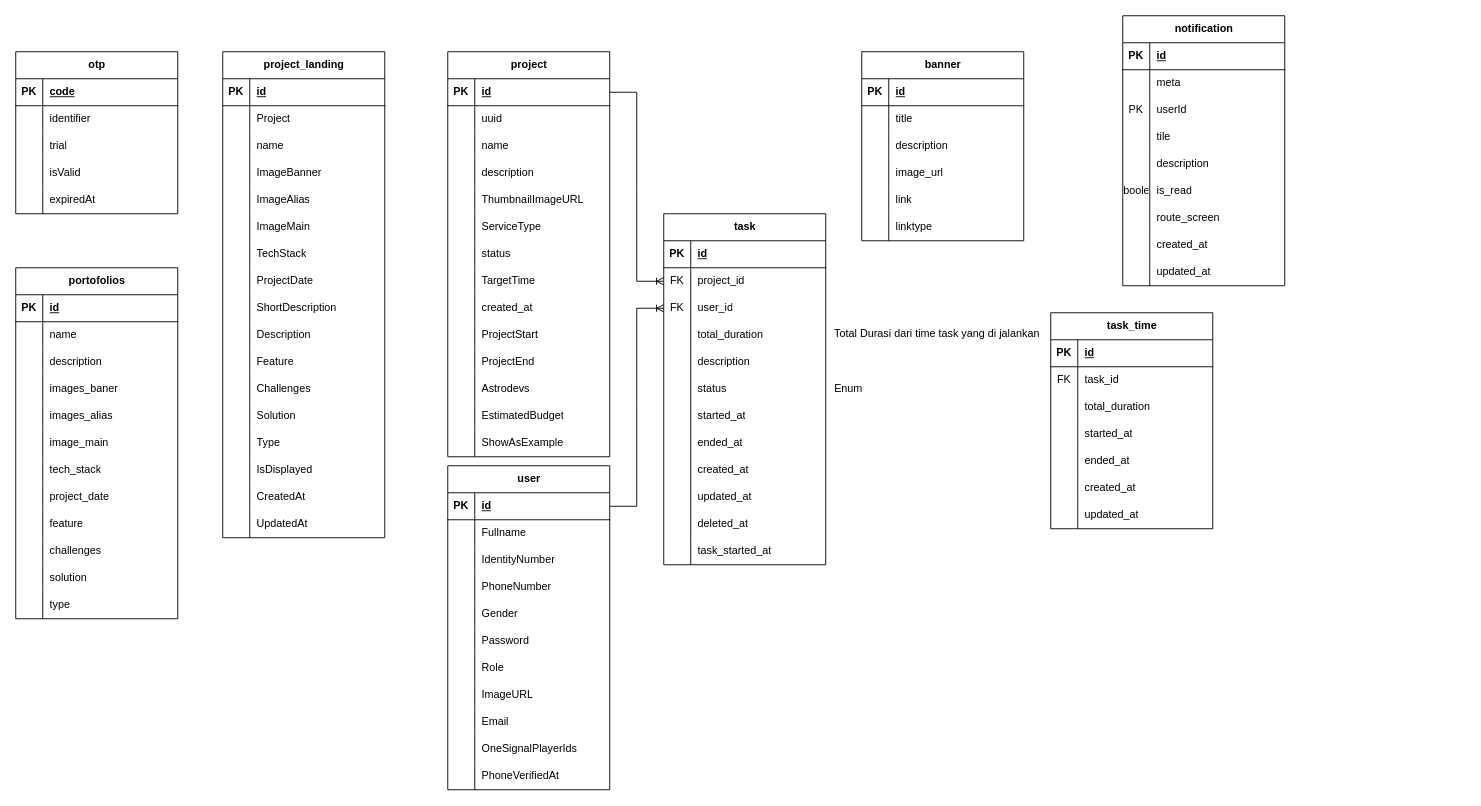
Earlier version of the draw.io diagram starspace/db_codespacex.drawio (DemoNicky/technical-test). Source tidied: cells renumbered, new cells numbered last; positions are measured from the earlier drawing's top-left corner, leaving out a move shared by most shapes. Both pictures are drawn from the tidied source at 90%, with x=0, y=0 at pixel (15, 15).
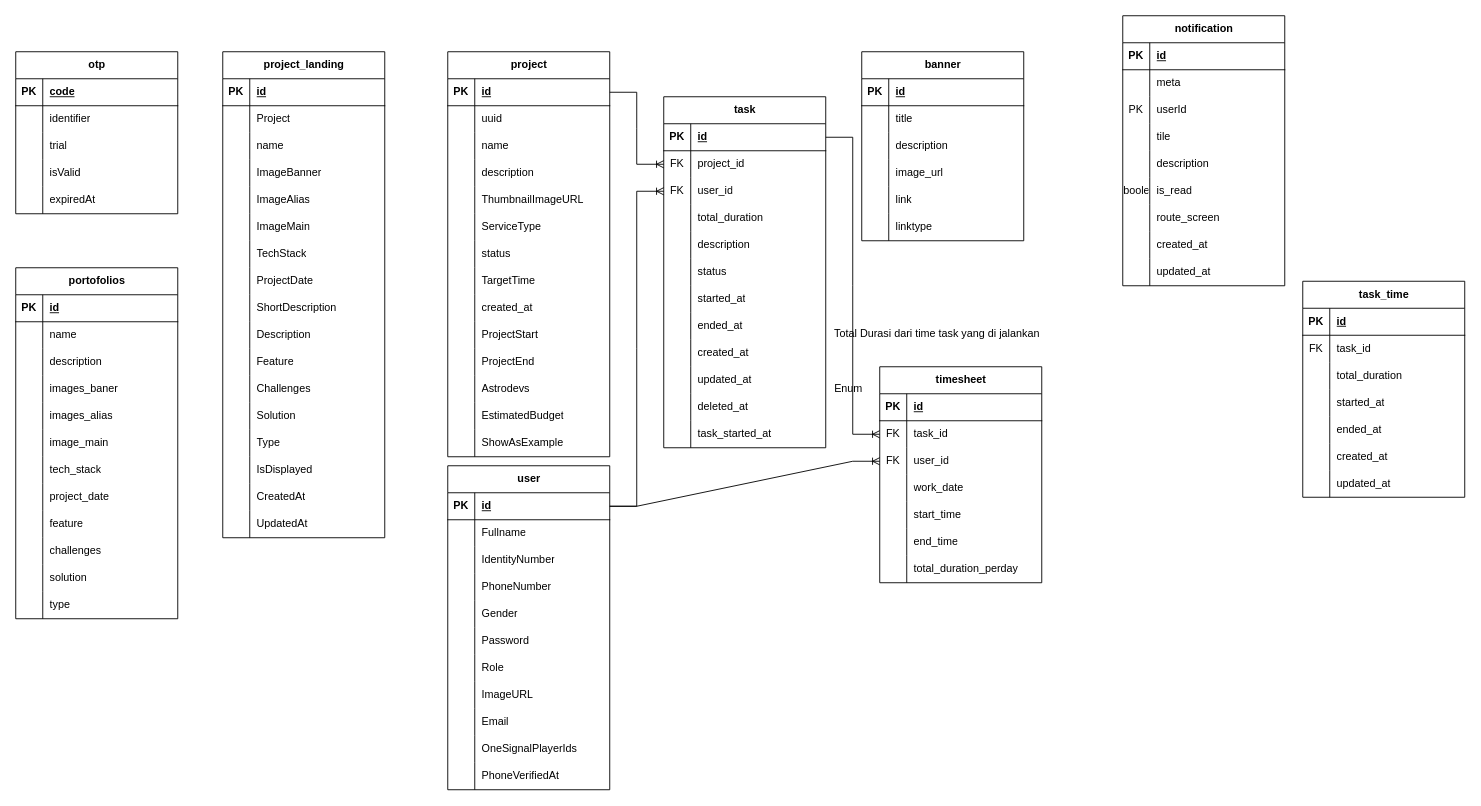
The same page after the edit.

The change refers to these unchanged cells:
```xml
<mxCell id="198" style="shape=tableRow;horizontal=0;startSize=0;swimlaneHead=0;swimlaneBody=0;fillColor=none;points=[[0,0.5],[1,0.5]];portConstraint=eastwest;top=0;left=0;right=0;bottom=1;" parent="197" vertex="1">
  <mxGeometry y="30" width="180" height="30" as="geometry" />
</mxCell>
<mxCell id="232" style="shape=tableRow;horizontal=0;startSize=0;swimlaneHead=0;swimlaneBody=0;fillColor=none;points=[[0,0.5],[1,0.5]];portConstraint=eastwest;top=0;left=0;right=0;bottom=1;" parent="231" vertex="1">
  <mxGeometry y="30" width="180" height="30" as="geometry" />
</mxCell>
```

Diff of the diagram source:
```diff
@@
     <mxCell id="231" value="task" style="shape=table;startSize=30;childLayout=tableLayout;rowLines=0;fontStyle=1;align=center;html=1;" parent="1" vertex="1">
-      <mxGeometry x="720" y="220" width="180" height="390" as="geometry" />
+      <mxGeometry x="720" y="90" width="180" height="390" as="geometry" />
     </mxCell>
@@
     <mxCell id="268" value="task_time" style="shape=table;startSize=30;childLayout=tableLayout;rowLines=0;fontStyle=1;align=center;html=1;" parent="1" vertex="1">
-      <mxGeometry x="1150" y="330" width="180" height="240" as="geometry" />
+      <mxGeometry x="1430" y="295" width="180" height="240" as="geometry" />
     </mxCell>
@@
+    <mxCell id="294" value="timesheet" style="shape=table;startSize=30;childLayout=tableLayout;rowLines=0;fontStyle=1;align=center;html=1;" parent="1" vertex="1">
+      <mxGeometry x="960" y="390" width="180" height="240" as="geometry" />
+    </mxCell>
+    <mxCell id="295" style="shape=tableRow;horizontal=0;startSize=0;swimlaneHead=0;swimlaneBody=0;fillColor=none;top=0;left=0;right=0;bottom=1;" parent="294" vertex="1">
+      <mxGeometry y="30" width="180" height="30" as="geometry" />
+    </mxCell>
+    <mxCell id="296" value="PK" style="shape=partialRectangle;fillColor=none;top=0;left=0;bottom=0;right=0;fontStyle=1;overflow=hidden;whiteSpace=wrap;html=1;" parent="295" vertex="1">
+      <mxGeometry width="30" height="30" as="geometry" />
+    </mxCell>
+    <mxCell id="297" value="id" style="shape=partialRectangle;fillColor=none;top=0;left=0;bottom=0;right=0;align=left;spacingLeft=6;fontStyle=5;overflow=hidden;whiteSpace=wrap;html=1;" parent="295" vertex="1">
+      <mxGeometry x="30" width="150" height="30" as="geometry" />
+    </mxCell>
+    <mxCell id="298" style="shape=tableRow;horizontal=0;startSize=0;swimlaneHead=0;swimlaneBody=0;fillColor=none;points=[[0,0.5],[1,0.5]];portConstraint=eastwest;top=0;left=0;right=0;bottom=0;" parent="294" vertex="1">
+      <mxGeometry y="60" width="180" height="30" as="geometry" />
+    </mxCell>
+    <mxCell id="299" value="FK" style="shape=partialRectangle;fillColor=none;top=0;left=0;bottom=0;right=0;overflow=hidden;whiteSpace=wrap;html=1;" parent="298" vertex="1">
+      <mxGeometry width="30" height="30" as="geometry" />
+    </mxCell>
+    <mxCell id="300" value="task_id" style="shape=partialRectangle;fillColor=none;top=0;left=0;bottom=0;right=0;align=left;spacingLeft=6;overflow=hidden;whiteSpace=wrap;html=1;" parent="298" vertex="1">
+      <mxGeometry x="30" width="150" height="30" as="geometry" />
+    </mxCell>
+    <mxCell id="301" style="shape=tableRow;horizontal=0;startSize=0;swimlaneHead=0;swimlaneBody=0;fillColor=none;points=[[0,0.5],[1,0.5]];portConstraint=eastwest;top=0;left=0;right=0;bottom=0;" parent="294" vertex="1">
+      <mxGeometry y="90" width="180" height="30" as="geometry" />
+    </mxCell>
+    <mxCell id="302" value="FK" style="shape=partialRectangle;fillColor=none;top=0;left=0;bottom=0;right=0;overflow=hidden;whiteSpace=wrap;html=1;" parent="301" vertex="1">
+      <mxGeometry width="30" height="30" as="geometry" />
+    </mxCell>
+    <mxCell id="303" value="user_id" style="shape=partialRectangle;fillColor=none;top=0;left=0;bottom=0;right=0;align=left;spacingLeft=6;overflow=hidden;whiteSpace=wrap;html=1;" parent="301" vertex="1">
+      <mxGeometry x="30" width="150" height="30" as="geometry" />
+    </mxCell>
+    <mxCell id="304" style="shape=tableRow;horizontal=0;startSize=0;swimlaneHead=0;swimlaneBody=0;fillColor=none;top=0;left=0;right=0;bottom=0;" parent="294" vertex="1">
+      <mxGeometry y="120" width="180" height="30" as="geometry" />
+    </mxCell>
+    <mxCell id="305" style="shape=partialRectangle;fillColor=none;top=0;left=0;bottom=0;right=0;overflow=hidden;whiteSpace=wrap;html=1;" parent="304" vertex="1">
+      <mxGeometry width="30" height="30" as="geometry" />
+    </mxCell>
+    <mxCell id="306" value="work_date" style="shape=partialRectangle;fillColor=none;top=0;left=0;bottom=0;right=0;align=left;spacingLeft=6;overflow=hidden;whiteSpace=wrap;html=1;" parent="304" vertex="1">
+      <mxGeometry x="30" width="150" height="30" as="geometry" />
+    </mxCell>
+    <mxCell id="307" style="shape=tableRow;horizontal=0;startSize=0;swimlaneHead=0;swimlaneBody=0;fillColor=none;top=0;left=0;right=0;bottom=0;" parent="294" vertex="1">
+      <mxGeometry y="150" width="180" height="30" as="geometry" />
+    </mxCell>
+    <mxCell id="308" style="shape=partialRectangle;fillColor=none;top=0;left=0;bottom=0;right=0;overflow=hidden;whiteSpace=wrap;html=1;" parent="307" vertex="1">
+      <mxGeometry width="30" height="30" as="geometry" />
+    </mxCell>
+    <mxCell id="309" value="start_time" style="shape=partialRectangle;fillColor=none;top=0;left=0;bottom=0;right=0;align=left;spacingLeft=6;overflow=hidden;whiteSpace=wrap;html=1;" parent="307" vertex="1">
+      <mxGeometry x="30" width="150" height="30" as="geometry" />
+    </mxCell>
+    <mxCell id="310" style="shape=tableRow;horizontal=0;startSize=0;swimlaneHead=0;swimlaneBody=0;fillColor=none;top=0;left=0;right=0;bottom=0;" parent="294" vertex="1">
+      <mxGeometry y="180" width="180" height="30" as="geometry" />
+    </mxCell>
+    <mxCell id="311" style="shape=partialRectangle;fillColor=none;top=0;left=0;bottom=0;right=0;overflow=hidden;whiteSpace=wrap;html=1;" parent="310" vertex="1">
+      <mxGeometry width="30" height="30" as="geometry" />
+    </mxCell>
+    <mxCell id="312" value="end_time" style="shape=partialRectangle;fillColor=none;top=0;left=0;bottom=0;right=0;align=left;spacingLeft=6;overflow=hidden;whiteSpace=wrap;html=1;" parent="310" vertex="1">
+      <mxGeometry x="30" width="150" height="30" as="geometry" />
+    </mxCell>
+    <mxCell id="313" style="shape=tableRow;horizontal=0;startSize=0;swimlaneHead=0;swimlaneBody=0;fillColor=none;top=0;left=0;right=0;bottom=0;" parent="294" vertex="1">
+      <mxGeometry y="210" width="180" height="30" as="geometry" />
+    </mxCell>
+    <mxCell id="314" style="shape=partialRectangle;fillColor=none;top=0;left=0;bottom=0;right=0;overflow=hidden;whiteSpace=wrap;html=1;" parent="313" vertex="1">
+      <mxGeometry width="30" height="30" as="geometry" />
+    </mxCell>
+    <mxCell id="315" value="total_duration_perday" style="shape=partialRectangle;fillColor=none;top=0;left=0;bottom=0;right=0;align=left;spacingLeft=6;overflow=hidden;whiteSpace=wrap;html=1;" parent="313" vertex="1">
+      <mxGeometry x="30" width="150" height="30" as="geometry" />
+    </mxCell>
+    <mxCell id="316" style="edgeStyle=entityRelationEdgeStyle;fontSize=12;html=1;endArrow=ERoneToMany;rounded=0;exitX=1;exitY=0.5;exitDx=0;exitDy=0;entryX=0;entryY=0.5;entryDx=0;entryDy=0;" parent="1" edge="1" source="232" target="298">
+      <mxGeometry relative="1" as="geometry" />
+    </mxCell>
+    <mxCell id="317" style="edgeStyle=entityRelationEdgeStyle;fontSize=12;html=1;endArrow=ERoneToMany;rounded=0;exitX=1;exitY=0.5;exitDx=0;exitDy=0;entryX=0;entryY=0.5;entryDx=0;entryDy=0;" parent="1" edge="1" source="198" target="301">
+      <mxGeometry relative="1" as="geometry" />
+    </mxCell>
```
